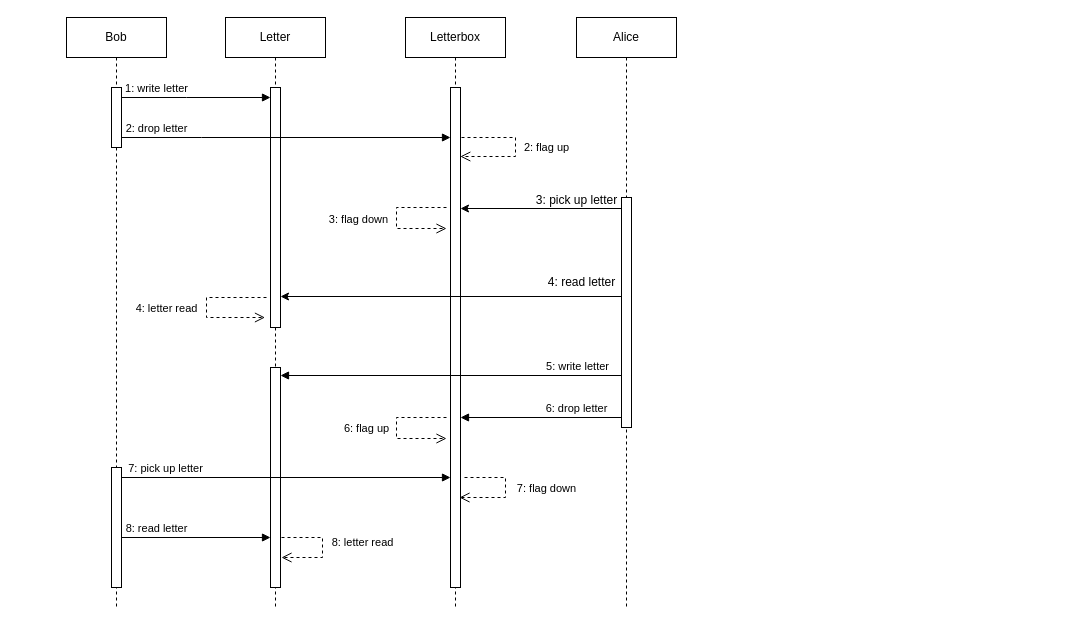
Above: UML diagrams/Source files/3-sequence-diagram.drawio in JoanneHelenMana/AT2-POR-Task-2 (draw.io), before the change. Source tidied: cells renumbered, new cells numbered last; positions are measured from the earlier drawing's top-left corner, leaving out a move shared by most shapes. Both pictures are drawn from the tidied source at 100%, with x=0, y=0 at pixel (66, 17).
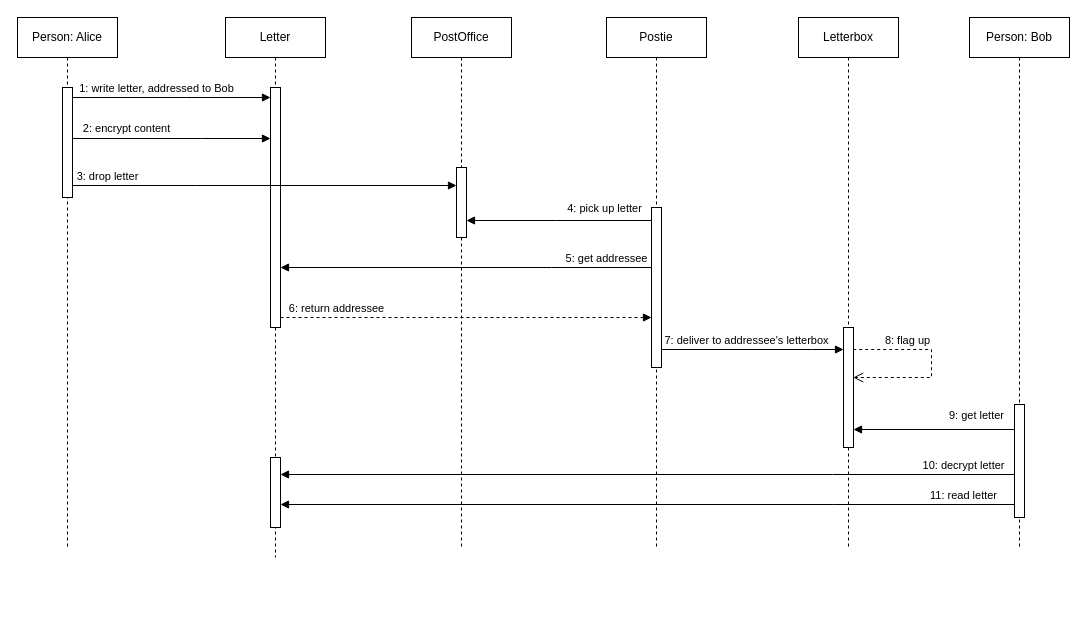
The same page after the edit.

The change refers to these unchanged cells:
```xml
<mxCell id="3" style="html=1;points=[];perimeter=orthogonalPerimeter;outlineConnect=0;targetShapes=umlLifeline;portConstraint=eastwest;newEdgeStyle={&quot;edgeStyle&quot;:&quot;elbowEdgeStyle&quot;,&quot;elbow&quot;:&quot;vertical&quot;,&quot;curved&quot;:0,&quot;rounded&quot;:0};" parent="2" vertex="1">
  <mxGeometry x="45" y="70" width="10" height="240" as="geometry" />
</mxCell>
```

Change to the diagram source:
```diff
@@
     <mxCell id="2" value="Letter" style="shape=umlLifeline;perimeter=lifelinePerimeter;whiteSpace=wrap;html=1;newEdgeStyle={&quot;edgeStyle&quot;:&quot;elbowEdgeStyle&quot;,&quot;elbow&quot;:&quot;vertical&quot;,&quot;curved&quot;:0,&quot;rounded&quot;:0};" parent="1" vertex="1">
-      <mxGeometry x="159" width="100" height="590" as="geometry" />
+      <mxGeometry x="159" width="100" height="540" as="geometry" />
     </mxCell>
@@
     <mxCell id="4" style="html=1;points=[];perimeter=orthogonalPerimeter;outlineConnect=0;targetShapes=umlLifeline;portConstraint=eastwest;newEdgeStyle={&quot;edgeStyle&quot;:&quot;elbowEdgeStyle&quot;,&quot;elbow&quot;:&quot;vertical&quot;,&quot;curved&quot;:0,&quot;rounded&quot;:0};" parent="2" vertex="1">
-      <mxGeometry x="45" y="350" width="10" height="220" as="geometry" />
+      <mxGeometry x="45" y="440" width="10" height="70" as="geometry" />
     </mxCell>
     <mxCell id="5" value="Letterbox" style="shape=umlLifeline;perimeter=lifelinePerimeter;whiteSpace=wrap;html=1;newEdgeStyle={&quot;edgeStyle&quot;:&quot;elbowEdgeStyle&quot;,&quot;elbow&quot;:&quot;vertical&quot;,&quot;curved&quot;:0,&quot;rounded&quot;:0};" parent="1" vertex="1">
-      <mxGeometry x="339" width="100" height="590" as="geometry" />
+      <mxGeometry x="732" width="100" height="530" as="geometry" />
     </mxCell>
     <mxCell id="6" style="html=1;points=[];perimeter=orthogonalPerimeter;outlineConnect=0;targetShapes=umlLifeline;portConstraint=eastwest;newEdgeStyle={&quot;edgeStyle&quot;:&quot;elbowEdgeStyle&quot;,&quot;elbow&quot;:&quot;vertical&quot;,&quot;curved&quot;:0,&quot;rounded&quot;:0};" parent="5" vertex="1">
-      <mxGeometry x="45" y="70" width="10" height="500" as="geometry" />
+      <mxGeometry x="45" y="310" width="10" height="120" as="geometry" />
     </mxCell>
-    <mxCell id="7" value="2: flag up" style="html=1;verticalAlign=bottom;endArrow=open;dashed=1;endSize=8;edgeStyle=elbowEdgeStyle;elbow=horizontal;curved=0;rounded=0;exitX=0.6;exitY=0.1;exitDx=0;exitDy=0;exitPerimeter=0;" parent="5" edge="1">
-      <mxGeometry x="0.14" y="-31" relative="1" as="geometry">
-        <mxPoint x="56" y="120" as="sourcePoint" />
-        <mxPoint x="54.8" y="139" as="targetPoint" />
-        <Array as="points">
-          <mxPoint x="110" y="139" />
-        </Array>
-        <mxPoint x="31" y="31" as="offset" />
-      </mxGeometry>
-    </mxCell>
-    <mxCell id="8" value="2: drop letter" style="html=1;verticalAlign=bottom;endArrow=block;edgeStyle=elbowEdgeStyle;elbow=vertical;curved=0;rounded=0;" parent="1" edge="1" target="6">
-      <mxGeometry x="-0.76" relative="1" as="geometry">
-        <mxPoint x="50" y="120" as="sourcePoint" />
+    <mxCell id="8" value="2: encrypt content" style="html=1;verticalAlign=bottom;endArrow=block;edgeStyle=elbowEdgeStyle;elbow=vertical;curved=0;rounded=0;" parent="1" edge="1">
+      <mxGeometry x="-0.42" y="1" relative="1" as="geometry">
+        <mxPoint x="0.7" y="121" as="sourcePoint" />
+        <mxPoint x="204" y="121" as="targetPoint" />
         <Array as="points">
-          <mxPoint x="135" y="120" />
+          <mxPoint x="135" y="121" />
         </Array>
       </mxGeometry>
     </mxCell>
-    <mxCell id="9" value="Bob" style="shape=umlLifeline;perimeter=lifelinePerimeter;whiteSpace=wrap;html=1;newEdgeStyle={&quot;edgeStyle&quot;:&quot;elbowEdgeStyle&quot;,&quot;elbow&quot;:&quot;vertical&quot;,&quot;curved&quot;:0,&quot;rounded&quot;:0};" parent="1" vertex="1">
-      <mxGeometry width="100" height="590" as="geometry" />
+    <mxCell id="9" value="Person: Alice" style="shape=umlLifeline;perimeter=lifelinePerimeter;whiteSpace=wrap;html=1;newEdgeStyle={&quot;edgeStyle&quot;:&quot;elbowEdgeStyle&quot;,&quot;elbow&quot;:&quot;vertical&quot;,&quot;curved&quot;:0,&quot;rounded&quot;:0};" parent="1" vertex="1">
+      <mxGeometry x="-49" width="100" height="530" as="geometry" />
     </mxCell>
     <mxCell id="10" style="html=1;points=[];perimeter=orthogonalPerimeter;outlineConnect=0;targetShapes=umlLifeline;portConstraint=eastwest;newEdgeStyle={&quot;edgeStyle&quot;:&quot;elbowEdgeStyle&quot;,&quot;elbow&quot;:&quot;vertical&quot;,&quot;curved&quot;:0,&quot;rounded&quot;:0};" parent="9" vertex="1">
-      <mxGeometry x="45" y="70" width="10" height="60" as="geometry" />
+      <mxGeometry x="45" y="70" width="10" height="110" as="geometry" />
     </mxCell>
-    <mxCell id="11" style="html=1;points=[];perimeter=orthogonalPerimeter;outlineConnect=0;targetShapes=umlLifeline;portConstraint=eastwest;newEdgeStyle={&quot;edgeStyle&quot;:&quot;elbowEdgeStyle&quot;,&quot;elbow&quot;:&quot;vertical&quot;,&quot;curved&quot;:0,&quot;rounded&quot;:0};" parent="9" vertex="1">
-      <mxGeometry x="45" y="450" width="10" height="120" as="geometry" />
-    </mxCell>
-    <mxCell id="12" value="Alice" style="shape=umlLifeline;perimeter=lifelinePerimeter;whiteSpace=wrap;html=1;newEdgeStyle={&quot;edgeStyle&quot;:&quot;elbowEdgeStyle&quot;,&quot;elbow&quot;:&quot;vertical&quot;,&quot;curved&quot;:0,&quot;rounded&quot;:0};" parent="1" vertex="1">
-      <mxGeometry x="510" width="100" height="590" as="geometry" />
+    <mxCell id="12" value="Person: Bob" style="shape=umlLifeline;perimeter=lifelinePerimeter;whiteSpace=wrap;html=1;newEdgeStyle={&quot;edgeStyle&quot;:&quot;elbowEdgeStyle&quot;,&quot;elbow&quot;:&quot;vertical&quot;,&quot;curved&quot;:0,&quot;rounded&quot;:0};" parent="1" vertex="1">
+      <mxGeometry x="903" width="100" height="530" as="geometry" />
     </mxCell>
     <mxCell id="13" style="html=1;points=[];perimeter=orthogonalPerimeter;outlineConnect=0;targetShapes=umlLifeline;portConstraint=eastwest;newEdgeStyle={&quot;edgeStyle&quot;:&quot;elbowEdgeStyle&quot;,&quot;elbow&quot;:&quot;vertical&quot;,&quot;curved&quot;:0,&quot;rounded&quot;:0};" parent="12" vertex="1">
-      <mxGeometry x="45" y="180" width="10" height="230" as="geometry" />
+      <mxGeometry x="45" y="387" width="10" height="113" as="geometry" />
     </mxCell>
-    <mxCell id="14" style="endArrow=classic;html=1;rounded=0;" parent="1" edge="1">
-      <mxGeometry relative="1" as="geometry">
-        <mxPoint x="555" y="191" as="sourcePoint" />
-        <mxPoint x="394" y="191" as="targetPoint" />
-      </mxGeometry>
-    </mxCell>
-    <mxCell id="15" value="3: pick up letter" style="text;html=1;align=center;verticalAlign=middle;strokeColor=none;fillColor=none;" parent="1" vertex="1">
-      <mxGeometry x="460" y="168" width="100" height="30" as="geometry" />
-    </mxCell>
-    <mxCell id="16" style="endArrow=classic;html=1;rounded=0;" parent="1" edge="1" target="3">
-      <mxGeometry relative="1" as="geometry">
-        <mxPoint x="555" y="279" as="sourcePoint" />
-      </mxGeometry>
-    </mxCell>
-    <mxCell id="17" value="4: read letter" style="text;html=1;align=center;verticalAlign=middle;strokeColor=none;fillColor=none;" parent="1" vertex="1">
-      <mxGeometry x="470" y="250" width="90" height="30" as="geometry" />
-    </mxCell>
-    <mxCell id="18" value="5: write letter" style="html=1;verticalAlign=bottom;endArrow=block;edgeStyle=elbowEdgeStyle;elbow=vertical;curved=0;rounded=0;" parent="1" edge="1" target="4">
-      <mxGeometry x="-0.74" relative="1" as="geometry">
-        <mxPoint x="555" y="358" as="sourcePoint" />
+    <mxCell id="18" value="9: get letter" style="html=1;verticalAlign=bottom;endArrow=block;edgeStyle=elbowEdgeStyle;elbow=vertical;curved=0;rounded=0;" parent="1" edge="1">
+      <mxGeometry x="-0.53" y="-5" relative="1" as="geometry">
+        <mxPoint x="948" y="412" as="sourcePoint" />
+        <mxPoint x="787" y="412" as="targetPoint" />
       </mxGeometry>
     </mxCell>
-    <mxCell id="19" value="3: flag down" style="html=1;verticalAlign=bottom;endArrow=open;dashed=1;endSize=8;edgeStyle=elbowEdgeStyle;elbow=horizontal;curved=0;rounded=0;" parent="1" edge="1">
-      <mxGeometry x="0.21" y="-40" relative="1" as="geometry">
-        <mxPoint x="380" y="190" as="sourcePoint" />
-        <mxPoint x="380" y="211" as="targetPoint" />
-        <Array as="points">
-          <mxPoint x="330" y="201" />
-        </Array>
-        <mxPoint x="-40" y="-40" as="offset" />
-      </mxGeometry>
-    </mxCell>
-    <mxCell id="20" value="6: drop letter" style="html=1;verticalAlign=bottom;endArrow=block;edgeStyle=elbowEdgeStyle;elbow=vertical;curved=0;rounded=0;" parent="1" edge="1" source="13" target="6">
-      <mxGeometry x="-0.44" relative="1" as="geometry">
+    <mxCell id="20" value="10: decrypt letter" style="html=1;verticalAlign=bottom;endArrow=block;edgeStyle=elbowEdgeStyle;elbow=vertical;curved=0;rounded=0;" parent="1" edge="1" source="13" target="4">
+      <mxGeometry x="-0.86" relative="1" as="geometry">
         <Array as="points">
-          <mxPoint x="400" y="400" />
+          <mxPoint x="766" y="457" />
         </Array>
       </mxGeometry>
     </mxCell>
-    <mxCell id="21" value="7: pick up letter" style="html=1;verticalAlign=bottom;endArrow=block;edgeStyle=elbowEdgeStyle;elbow=vertical;curved=0;rounded=0;" parent="1" edge="1" target="6">
-      <mxGeometry x="-0.73" relative="1" as="geometry">
-        <mxPoint x="55" y="460" as="sourcePoint" />
-      </mxGeometry>
-    </mxCell>
-    <mxCell id="22" value="7: flag down" style="html=1;verticalAlign=bottom;endArrow=open;dashed=1;endSize=8;edgeStyle=elbowEdgeStyle;elbow=horizontal;curved=0;rounded=0;" parent="1" edge="1">
-      <mxGeometry x="0.14" y="-41" relative="1" as="geometry">
-        <mxPoint x="398" y="460" as="sourcePoint" />
-        <mxPoint x="393" y="480" as="targetPoint" />
-        <Array as="points">
-          <mxPoint x="439" y="480" />
-        </Array>
-        <mxPoint x="41" y="41" as="offset" />
-      </mxGeometry>
-    </mxCell>
-    <mxCell id="23" value="8: read letter" style="html=1;verticalAlign=bottom;endArrow=block;edgeStyle=elbowEdgeStyle;elbow=vertical;curved=0;rounded=0;" parent="1" edge="1" source="11" target="4">
-      <mxGeometry x="-0.53" relative="1" as="geometry">
-        <Array as="points">
-          <mxPoint x="200" y="520" />
-        </Array>
-      </mxGeometry>
-    </mxCell>
-    <mxCell id="24" value="8: letter read" style="html=1;verticalAlign=bottom;endArrow=open;dashed=1;endSize=8;edgeStyle=elbowEdgeStyle;elbow=horizontal;curved=0;rounded=0;" parent="1" edge="1">
-      <mxGeometry x="0.08" y="40" relative="1" as="geometry">
-        <mxPoint x="215" y="520" as="sourcePoint" />
-        <mxPoint x="215" y="540" as="targetPoint" />
-        <Array as="points">
-          <mxPoint x="256" y="540" />
-        </Array>
-      </mxGeometry>
-    </mxCell>
-    <mxCell id="25" value="1: write letter" style="html=1;verticalAlign=bottom;endArrow=block;edgeStyle=elbowEdgeStyle;elbow=horizontal;curved=0;rounded=0;" parent="1" edge="1" source="10" target="3">
-      <mxGeometry x="-0.53" relative="1" as="geometry">
+    <mxCell id="25" value="1: write letter, addressed to Bob" style="html=1;verticalAlign=bottom;endArrow=block;edgeStyle=elbowEdgeStyle;elbow=horizontal;curved=0;rounded=0;" parent="1" edge="1" source="10" target="3">
+      <mxGeometry x="-0.15" relative="1" as="geometry">
         <Array as="points">
           <mxPoint x="120" y="80" />
         </Array>
       </mxGeometry>
     </mxCell>
-    <mxCell id="26" value="4: letter read" style="html=1;verticalAlign=bottom;endArrow=open;dashed=1;endSize=8;edgeStyle=elbowEdgeStyle;elbow=horizontal;curved=0;rounded=0;" parent="1" edge="1">
-      <mxGeometry x="0.16" y="-40" relative="1" as="geometry">
-        <mxPoint x="200" y="280" as="sourcePoint" />
-        <mxPoint x="198.5" y="300" as="targetPoint" />
-        <Array as="points">
-          <mxPoint x="140" y="290" />
-        </Array>
-        <mxPoint x="-40" y="-40" as="offset" />
-      </mxGeometry>
-    </mxCell>
-    <mxCell id="27" value="6: flag up" style="html=1;verticalAlign=bottom;endArrow=open;dashed=1;endSize=8;edgeStyle=elbowEdgeStyle;elbow=horizontal;curved=0;rounded=0;" parent="1" edge="1">
-      <mxGeometry x="0.16" y="-30" relative="1" as="geometry">
-        <mxPoint x="380" y="400" as="sourcePoint" />
-        <mxPoint x="380" y="421" as="targetPoint" />
+    <mxCell id="27" value="8: flag up" style="html=1;verticalAlign=bottom;endArrow=open;dashed=1;endSize=8;edgeStyle=elbowEdgeStyle;elbow=horizontal;curved=0;rounded=0;" parent="1" edge="1">
+      <mxGeometry x="-0.42" relative="1" as="geometry">
+        <mxPoint x="786.7" y="332" as="sourcePoint" />
+        <mxPoint x="786.7" y="360" as="targetPoint" />
         <Array as="points">
-          <mxPoint x="330" y="411" />
+          <mxPoint x="865" y="332" />
         </Array>
       </mxGeometry>
     </mxCell>
+    <mxCell id="28" value="PostOffice" style="shape=umlLifeline;perimeter=lifelinePerimeter;whiteSpace=wrap;html=1;newEdgeStyle={&quot;edgeStyle&quot;:&quot;elbowEdgeStyle&quot;,&quot;elbow&quot;:&quot;vertical&quot;,&quot;curved&quot;:0,&quot;rounded&quot;:0};" parent="1" vertex="1">
+      <mxGeometry x="345" width="100" height="530" as="geometry" />
+    </mxCell>
+    <mxCell id="29" style="html=1;points=[];perimeter=orthogonalPerimeter;outlineConnect=0;targetShapes=umlLifeline;portConstraint=eastwest;newEdgeStyle={&quot;edgeStyle&quot;:&quot;elbowEdgeStyle&quot;,&quot;elbow&quot;:&quot;vertical&quot;,&quot;curved&quot;:0,&quot;rounded&quot;:0};" parent="28" vertex="1">
+      <mxGeometry x="45" y="150" width="10" height="70" as="geometry" />
+    </mxCell>
+    <mxCell id="30" value="3: drop letter" style="html=1;verticalAlign=bottom;endArrow=block;edgeStyle=elbowEdgeStyle;elbow=vertical;curved=0;rounded=0;" parent="1" edge="1" source="10" target="29">
+      <mxGeometry x="-0.82" relative="1" as="geometry">
+        <Array as="points">
+          <mxPoint x="130" y="168" />
+        </Array>
+      </mxGeometry>
+    </mxCell>
+    <mxCell id="31" value="Postie" style="shape=umlLifeline;perimeter=lifelinePerimeter;whiteSpace=wrap;html=1;newEdgeStyle={&quot;edgeStyle&quot;:&quot;elbowEdgeStyle&quot;,&quot;elbow&quot;:&quot;vertical&quot;,&quot;curved&quot;:0,&quot;rounded&quot;:0};" parent="1" vertex="1">
+      <mxGeometry x="540" width="100" height="530" as="geometry" />
+    </mxCell>
+    <mxCell id="32" style="html=1;points=[];perimeter=orthogonalPerimeter;outlineConnect=0;targetShapes=umlLifeline;portConstraint=eastwest;newEdgeStyle={&quot;edgeStyle&quot;:&quot;elbowEdgeStyle&quot;,&quot;elbow&quot;:&quot;vertical&quot;,&quot;curved&quot;:0,&quot;rounded&quot;:0};" parent="31" vertex="1">
+      <mxGeometry x="45" y="190" width="10" height="160" as="geometry" />
+    </mxCell>
+    <mxCell id="33" value="4: pick up letter" style="html=1;verticalAlign=bottom;endArrow=block;edgeStyle=elbowEdgeStyle;elbow=vertical;curved=0;rounded=0;" parent="1" edge="1" source="32" target="29">
+      <mxGeometry x="-0.49" y="-3" relative="1" as="geometry">
+        <Array as="points">
+          <mxPoint x="490" y="203" />
+        </Array>
+      </mxGeometry>
+    </mxCell>
+    <mxCell id="34" value="5: get addressee" style="html=1;verticalAlign=bottom;endArrow=block;edgeStyle=elbowEdgeStyle;elbow=vertical;curved=0;rounded=0;" parent="1" edge="1" target="3">
+      <mxGeometry x="-0.76" relative="1" as="geometry">
+        <mxPoint x="585" y="250" as="sourcePoint" />
+        <Array as="points">
+          <mxPoint x="485" y="250" />
+        </Array>
+      </mxGeometry>
+    </mxCell>
+    <mxCell id="35" value="7: deliver to addressee's letterbox" style="html=1;verticalAlign=bottom;endArrow=block;edgeStyle=elbowEdgeStyle;elbow=vertical;curved=0;rounded=0;" parent="1" edge="1">
+      <mxGeometry x="-0.07" relative="1" as="geometry">
+        <mxPoint x="595" y="332" as="sourcePoint" />
+        <mxPoint x="777" y="332" as="targetPoint" />
+        <Array as="points">
+          <mxPoint x="746" y="332" />
+        </Array>
+      </mxGeometry>
+    </mxCell>
+    <mxCell id="36" value="11: read letter" style="html=1;verticalAlign=bottom;endArrow=block;edgeStyle=elbowEdgeStyle;elbow=vertical;curved=0;rounded=0;" parent="1" edge="1" source="13" target="4">
+      <mxGeometry x="-0.86" relative="1" as="geometry">
+        <Array as="points">
+          <mxPoint x="767" y="487" />
+        </Array>
+      </mxGeometry>
+    </mxCell>
+    <mxCell id="37" style="html=1;verticalAlign=bottom;labelBackgroundColor=none;endArrow=block;endFill=1;dashed=1;rounded=0;" parent="1" edge="1">
+      <mxGeometry relative="1" as="geometry">
+        <mxPoint x="214" y="300" as="sourcePoint" />
+        <mxPoint x="585" y="300" as="targetPoint" />
+      </mxGeometry>
+    </mxCell>
+    <mxCell id="38" value="6: return addressee" style="edgeLabel;html=1;align=center;verticalAlign=middle;" parent="37" vertex="1">
+      <mxGeometry x="-0.59" y="3" relative="1" as="geometry">
+        <mxPoint x="-21" y="-7" as="offset" />
+      </mxGeometry>
+    </mxCell>
```
